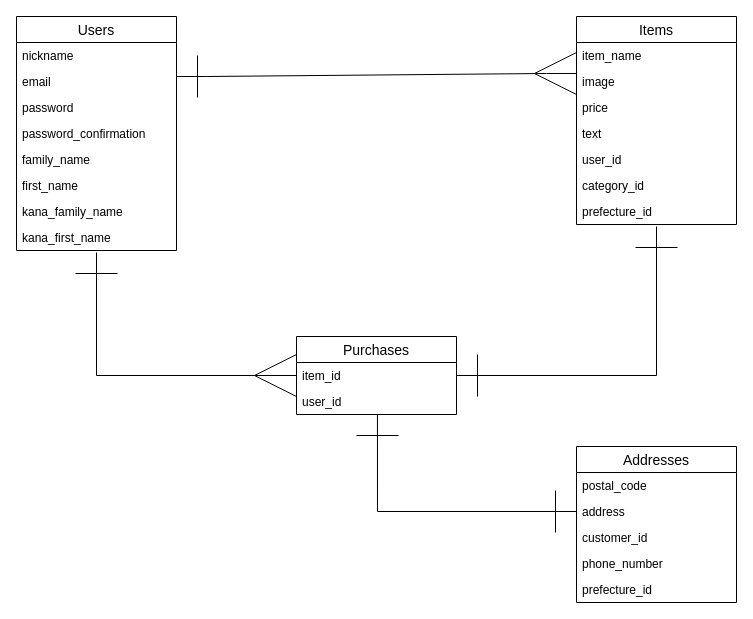
Before: config/ERD.drawio in phyirome/furima-29228, a draw.io diagram. Source tidied: cells renumbered, new cells numbered last; positions are measured from the earlier drawing's top-left corner, leaving out a move shared by most shapes. Both pictures are drawn from the tidied source at 100%, with x=0, y=0 at pixel (16, 16).
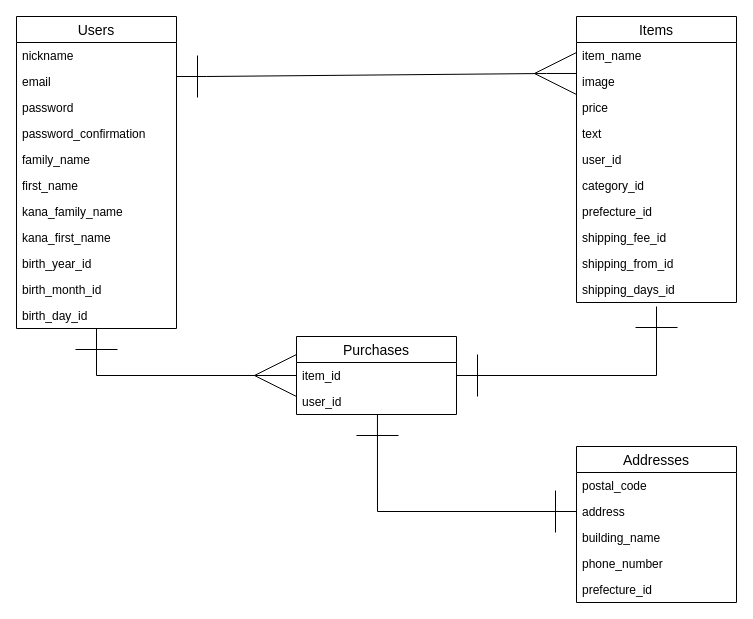
The same diagram, later.

Commit message (it also covers changes not shown here):
ER図とデータベース設計の修正4

Unchanged cells that the change refers to:
```xml
<mxCell id="10" value="kana_first_name" style="text;strokeColor=none;fillColor=none;spacingLeft=4;spacingRight=4;overflow=hidden;points=[[0,0.5],[1,0.5]];portConstraint=eastwest;fontSize=12;" parent="2" vertex="1">
  <mxGeometry y="208" width="160" height="26" as="geometry" />
</mxCell>
<mxCell id="26" value="Addresses" style="swimlane;fontStyle=0;horizontal=1;startSize=26;align=center;fontSize=14;" parent="1" vertex="1">
  <mxGeometry x="560" y="430" width="160" height="156" as="geometry" />
</mxCell>
```

The edit, as a diff of the source:
```diff
@@
     <mxCell id="2" value="Users" style="swimlane;fontStyle=0;horizontal=1;startSize=26;align=center;fontSize=14;" parent="1" vertex="1">
-      <mxGeometry width="160" height="234" as="geometry" />
+      <mxGeometry width="160" height="312" as="geometry" />
     </mxCell>
@@
+    <mxCell id="32" value="birth_year_id" style="text;strokeColor=none;fillColor=none;spacingLeft=4;spacingRight=4;overflow=hidden;fontSize=12;" parent="2" vertex="1">
+      <mxGeometry y="234" width="160" height="26" as="geometry" />
+    </mxCell>
+    <mxCell id="33" value="birth_month_id" style="text;strokeColor=none;fillColor=none;spacingLeft=4;spacingRight=4;overflow=hidden;fontSize=12;" parent="2" vertex="1">
+      <mxGeometry y="260" width="160" height="26" as="geometry" />
+    </mxCell>
+    <mxCell id="34" value="birth_day_id" style="text;strokeColor=none;fillColor=none;spacingLeft=4;spacingRight=4;overflow=hidden;points=[[0,0.5],[1,0.5]];portConstraint=eastwest;fontSize=12;" parent="2" vertex="1">
+      <mxGeometry y="286" width="160" height="26" as="geometry" />
+    </mxCell>
     <mxCell id="11" value="Items" style="swimlane;fontStyle=0;horizontal=1;startSize=26;align=center;fontSize=14;" parent="1" vertex="1">
-      <mxGeometry x="560" width="160" height="208" as="geometry" />
+      <mxGeometry x="560" width="160" height="286" as="geometry" />
     </mxCell>
@@
+    <mxCell id="35" value="shipping_fee_id" style="text;strokeColor=none;fillColor=none;spacingLeft=4;spacingRight=4;overflow=hidden;fontSize=12;" parent="11" vertex="1">
+      <mxGeometry y="208" width="160" height="26" as="geometry" />
+    </mxCell>
+    <mxCell id="36" value="shipping_from_id" style="text;strokeColor=none;fillColor=none;spacingLeft=4;spacingRight=4;overflow=hidden;fontSize=12;" parent="11" vertex="1">
+      <mxGeometry y="234" width="160" height="26" as="geometry" />
+    </mxCell>
+    <mxCell id="37" value="shipping_days_id" style="text;strokeColor=none;fillColor=none;spacingLeft=4;spacingRight=4;overflow=hidden;fontSize=12;" parent="11" vertex="1">
+      <mxGeometry y="260" width="160" height="26" as="geometry" />
+    </mxCell>
@@
     <mxCell id="20" style="edgeStyle=none;rounded=0;orthogonalLoop=1;jettySize=auto;html=1;entryX=1;entryY=0.5;entryDx=0;entryDy=0;endArrow=ERone;endFill=0;endSize=40;startArrow=ERone;startFill=0;startSize=40;" parent="1" edge="1">
       <mxGeometry relative="1" as="geometry">
-        <mxPoint x="640" y="210" as="sourcePoint" />
+        <mxPoint x="640" y="290" as="sourcePoint" />
         <mxPoint x="440" y="359" as="targetPoint" />
         <Array as="points">
           <mxPoint x="640" y="359" />
         </Array>
       </mxGeometry>
     </mxCell>
-    <mxCell id="21" style="edgeStyle=none;rounded=0;jettySize=auto;html=1;exitX=0;exitY=0.5;exitDx=0;exitDy=0;endArrow=ERone;endFill=0;endSize=40;startSize=40;startArrow=ERmany;startFill=0;entryX=0.5;entryY=1.077;entryDx=0;entryDy=0;entryPerimeter=0;" parent="1" edge="1" target="10">
+    <mxCell id="21" style="edgeStyle=none;rounded=0;jettySize=auto;html=1;exitX=0;exitY=0.5;exitDx=0;exitDy=0;endArrow=ERone;endFill=0;endSize=40;startSize=40;startArrow=ERmany;startFill=0;entryX=0.5;entryY=1;entryDx=0;entryDy=0;entryPerimeter=0;" parent="1" edge="1" target="34">
       <mxGeometry relative="1" as="geometry">
         <mxPoint x="280" y="359" as="sourcePoint" />
         <Array as="points">
           <mxPoint x="80" y="359" />
         </Array>
       </mxGeometry>
     </mxCell>
@@
-    <mxCell id="29" value="customer_id" style="text;strokeColor=none;fillColor=none;spacingLeft=4;spacingRight=4;overflow=hidden;fontSize=12;" parent="26" vertex="1">
+    <mxCell id="29" value="building_name" style="text;strokeColor=none;fillColor=none;spacingLeft=4;spacingRight=4;overflow=hidden;fontSize=12;" parent="26" vertex="1">
       <mxGeometry y="78" width="160" height="26" as="geometry" />
     </mxCell>
```
